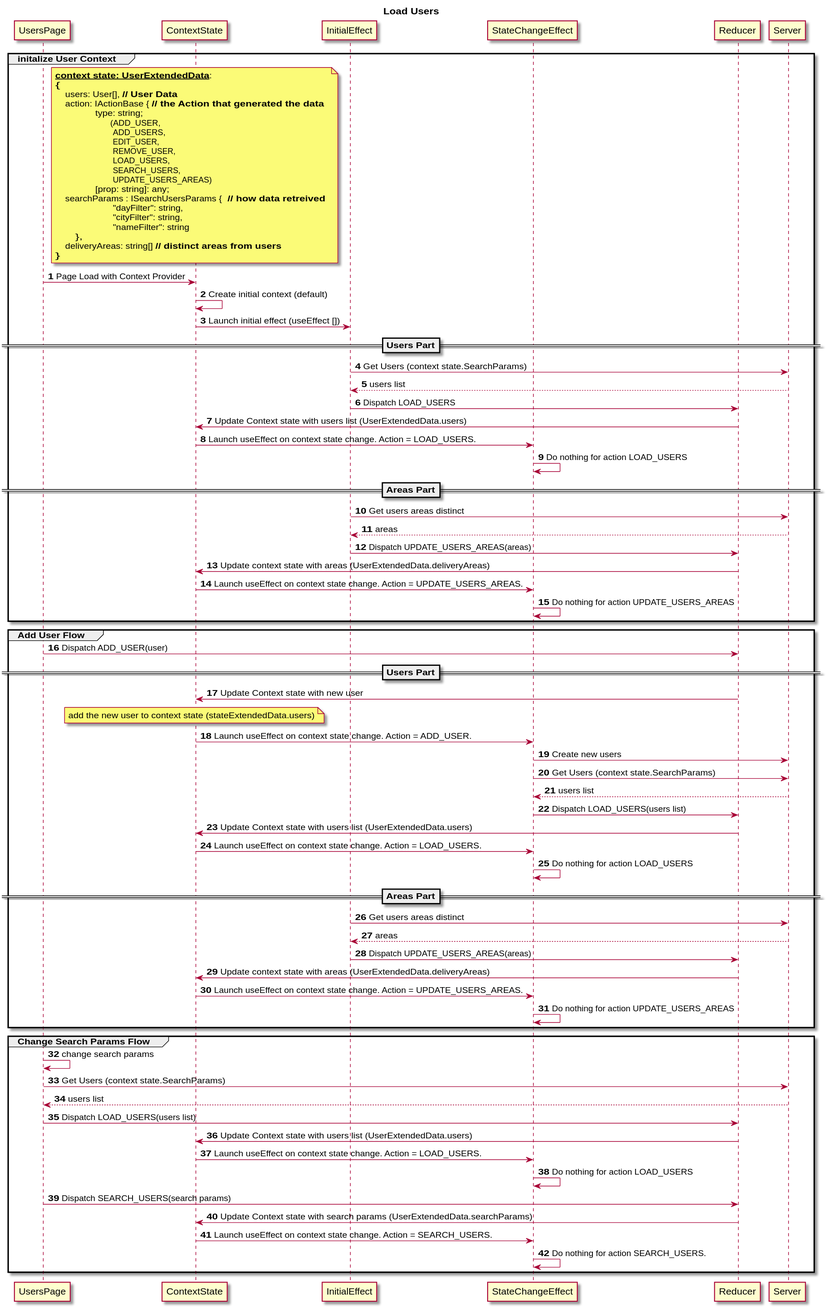
Earlier version of the PlantUML export docs/context_sequence.svg (Haverim-Larefua/haverim-larefua-portal). Source of this version:
```plantuml
@startuml
title Load Users

autonumber

participant UsersPage as UI
participant ContextState as context
participant InitialEffect as inital_effect
participant StateChangeEffect as effect
participant Reducer as reducer
participant Server as server

group initalize User Context
note over context
  <b><u>context state: UserExtendedData</u></b>:
  {
      users: User[], <b>// User Data</b>
      action: IActionBase { <b>// the Action that generated the data</b>
                  type: string;
                        (ADD_USER,
                         ADD_USERS,
                         EDIT_USER,
                         REMOVE_USER,
                         LOAD_USERS,
                         SEARCH_USERS,
                         UPDATE_USERS_AREAS)
                  [prop: string]: any;
      searchParams : ISearchUsersParams { <b> // how data retreived </b>
                         "dayFilter": string,
                         "cityFilter": string,
                         "nameFilter": string
          },
      deliveryAreas: string[] <b>// distinct areas from users </b>
  }
end note
UI -> context: Page Load with Context Provider
context -> context: Create initial context (default)
context-> inital_effect: Launch initial effect (useEffect [])
== Users Part==
inital_effect -> server: Get Users (context state.SearchParams)
server --> inital_effect: users list
inital_effect -> reducer: Dispatch LOAD_USERS
reducer -> context: Update Context state with users list (UserExtendedData.users)
context -> effect: Launch useEffect on context state change. Action = LOAD_USERS.
effect -> effect: Do nothing for action LOAD_USERS
== Areas Part==
inital_effect -> server: Get users areas distinct
server --> inital_effect: areas
inital_effect -> reducer : Dispatch UPDATE_USERS_AREAS(areas)
reducer -> context: Update context state with areas (UserExtendedData.deliveryAreas)
context -> effect: Launch useEffect on context state change. Action = UPDATE_USERS_AREAS.
effect -> effect: Do nothing for action UPDATE_USERS_AREAS
end

group Add User Flow
UI -> reducer: Dispatch ADD_USER(user)
== Users Part==
reducer -> context: Update Context state with new user
note over context
add the new user to context state (stateExtendedData.users)
end note
context -> effect: Launch useEffect on context state change. Action = ADD_USER.
effect -> server: Create new users
effect -> server: Get Users (context state.SearchParams)
server --> effect: users list
effect -> reducer: Dispatch LOAD_USERS(users list)
reducer -> context: Update Context state with users list (UserExtendedData.users)
context -> effect: Launch useEffect on context state change. Action = LOAD_USERS.
effect -> effect: Do nothing for action LOAD_USERS
== Areas Part==
inital_effect -> server: Get users areas distinct
server --> inital_effect: areas
inital_effect -> reducer : Dispatch UPDATE_USERS_AREAS(areas)
reducer -> context: Update context state with areas (UserExtendedData.deliveryAreas)
context -> effect: Launch useEffect on context state change. Action = UPDATE_USERS_AREAS.
effect -> effect: Do nothing for action UPDATE_USERS_AREAS

end

group Change Search Params Flow
UI -> UI: change search params
UI -> server: Get Users (context state.SearchParams)
server --> UI: users list
UI -> reducer: Dispatch LOAD_USERS(users list)
reducer -> context: Update Context state with users list (UserExtendedData.users)
context -> effect: Launch useEffect on context state change. Action = LOAD_USERS.
effect -> effect: Do nothing for action LOAD_USERS

UI -> reducer: Dispatch SEARCH_USERS(search params)
reducer -> context: Update Context state with search params (UserExtendedData.searchParams)
context -> effect: Launch useEffect on context state change. Action = SEARCH_USERS.
effect -> effect: Do nothing for action SEARCH_USERS.

end
@enduml
```
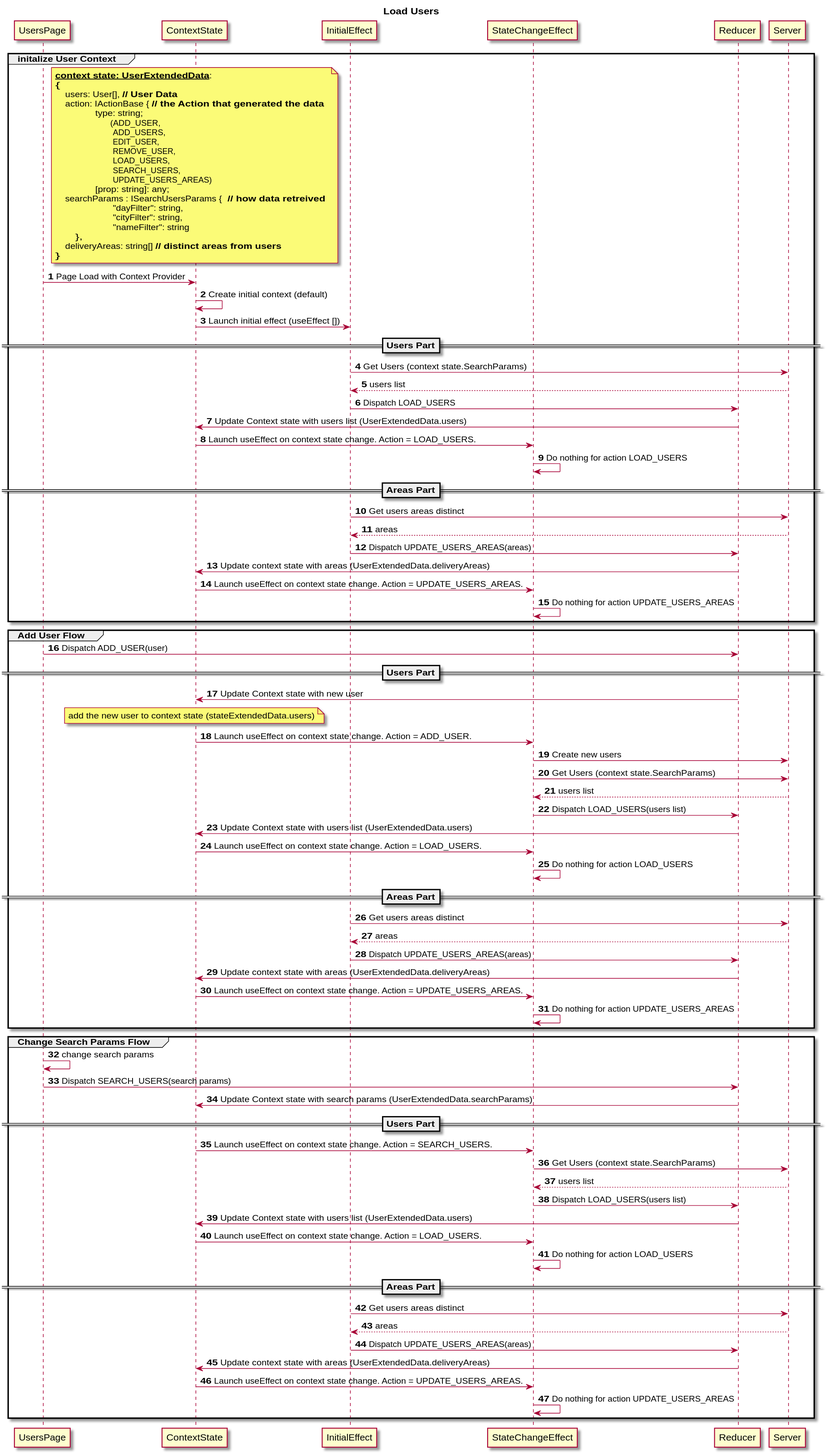
After the change.

Commit message:
handle changing search params

Diff of the diagram source:
```diff
@@ -79,17 +79,22 @@
 
 group Change Search Params Flow
 UI -> UI: change search params
-UI -> server: Get Users (context state.SearchParams)
-server --> UI: users list
-UI -> reducer: Dispatch LOAD_USERS(users list)
+UI -> reducer: Dispatch SEARCH_USERS(search params)
+reducer -> context: Update Context state with search params (UserExtendedData.searchParams)
+== Users Part==
+context -> effect: Launch useEffect on context state change. Action = SEARCH_USERS.
+effect -> server: Get Users (context state.SearchParams)
+server --> effect: users list
+effect -> reducer: Dispatch LOAD_USERS(users list)
 reducer -> context: Update Context state with users list (UserExtendedData.users)
 context -> effect: Launch useEffect on context state change. Action = LOAD_USERS.
 effect -> effect: Do nothing for action LOAD_USERS
-
-UI -> reducer: Dispatch SEARCH_USERS(search params)
-reducer -> context: Update Context state with search params (UserExtendedData.searchParams)
-context -> effect: Launch useEffect on context state change. Action = SEARCH_USERS.
-effect -> effect: Do nothing for action SEARCH_USERS.
-
+== Areas Part==
+inital_effect -> server: Get users areas distinct
+server --> inital_effect: areas
+inital_effect -> reducer : Dispatch UPDATE_USERS_AREAS(areas)
+reducer -> context: Update context state with areas (UserExtendedData.deliveryAreas)
+context -> effect: Launch useEffect on context state change. Action = UPDATE_USERS_AREAS.
+effect -> effect: Do nothing for action UPDATE_USERS_AREAS
 end
 @enduml
```
